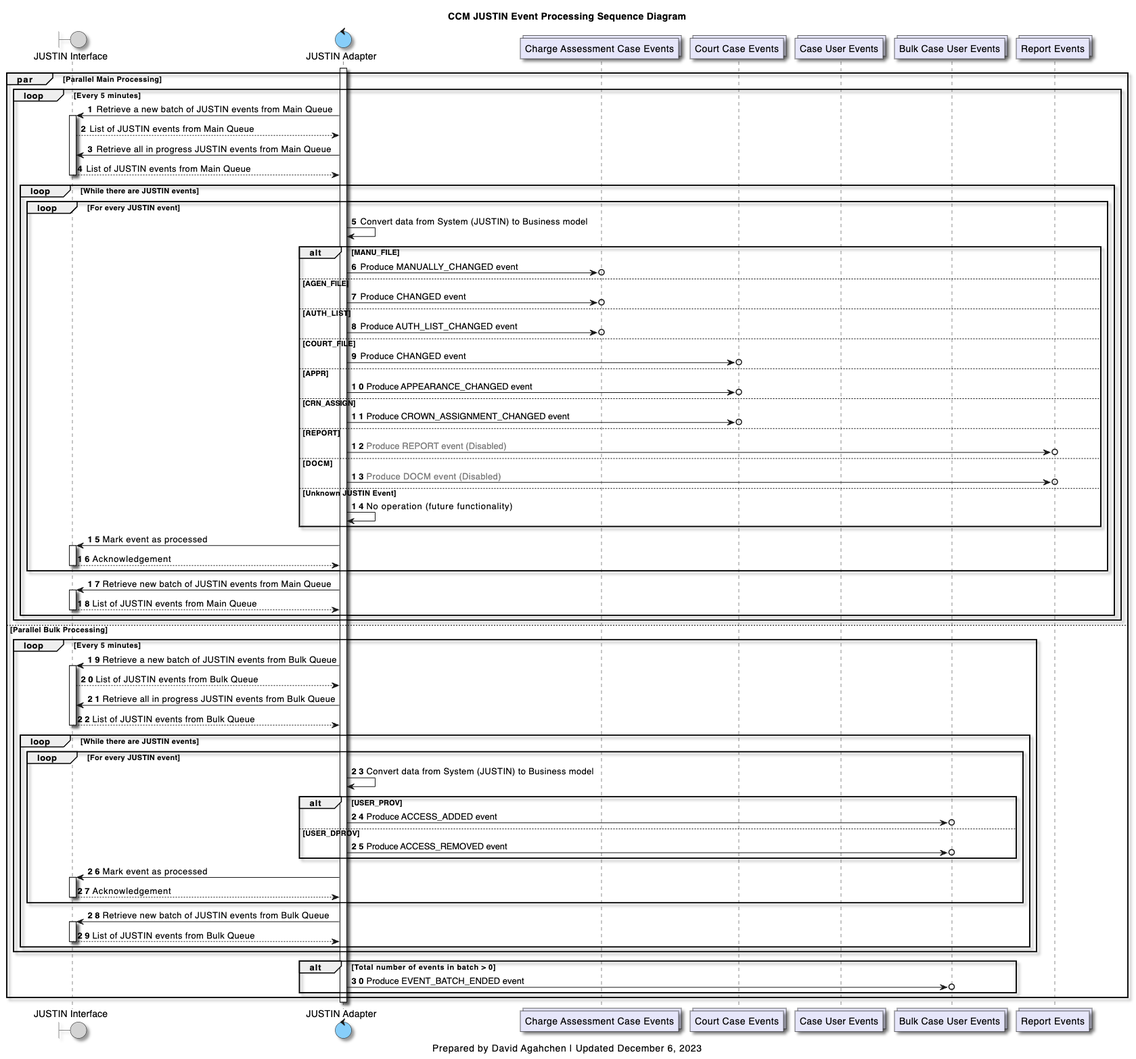
Earlier version of the PlantUML export diagrams/img/ccm_justin_event_processing_sequence_diagram.png (bcgov/jpss-jade-ccm). Its source is kept beside it as diagrams/ccm_justin_event_processing_sequence_diagram.plantuml.
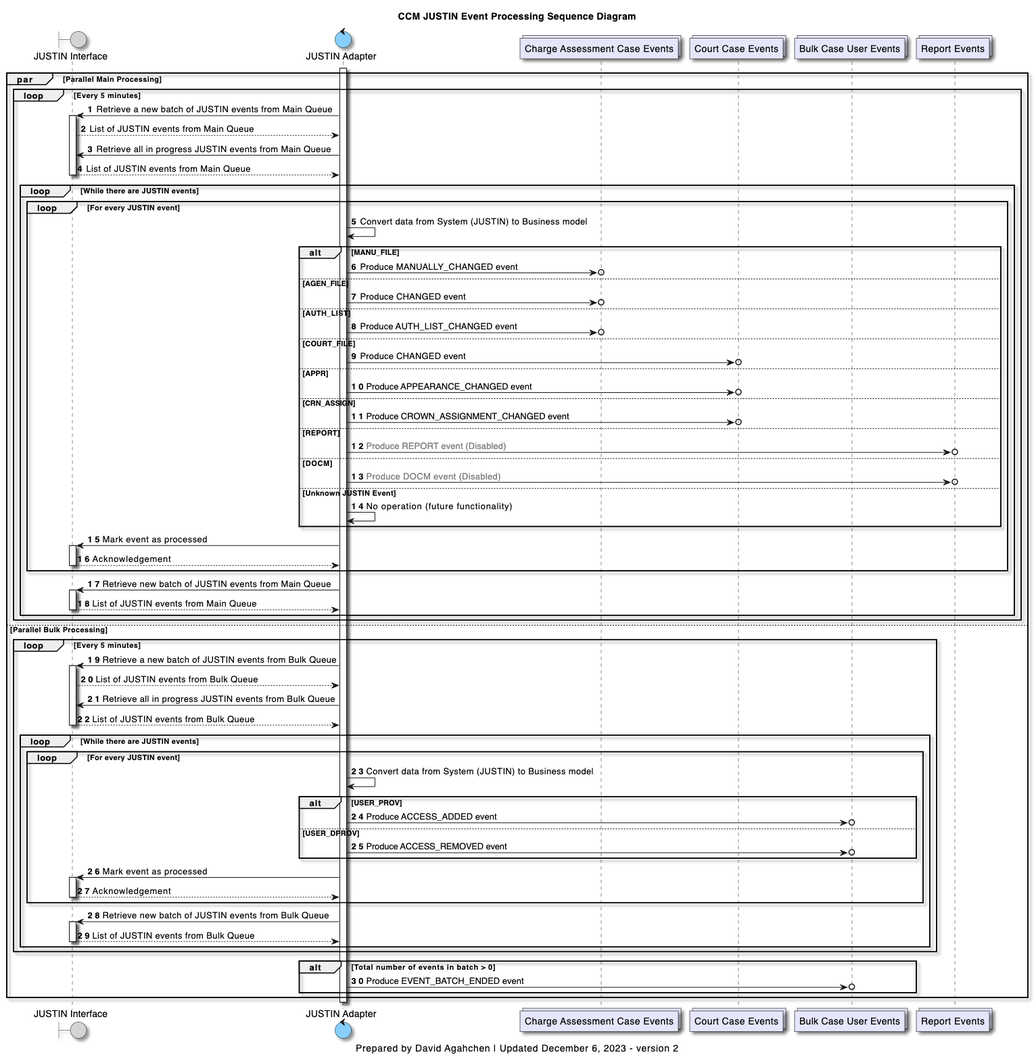
The same diagram one commit later.

Commit message:
Remove "Case User Events" collection

Diff of the diagram source:
```diff
@@ -10,7 +10,6 @@
 control j_adapter as "JUSTIN Adapter"
 collections charge_assessment_cases_topic as "Charge Assessment Case Events"
 collections court_cases_topic as "Court Case Events"
-collections case_users_topic as "Case User Events"
 collections bulk_case_users_topic as "Bulk Case User Events"
 collections reports_topic as "Report Events"
 
```
